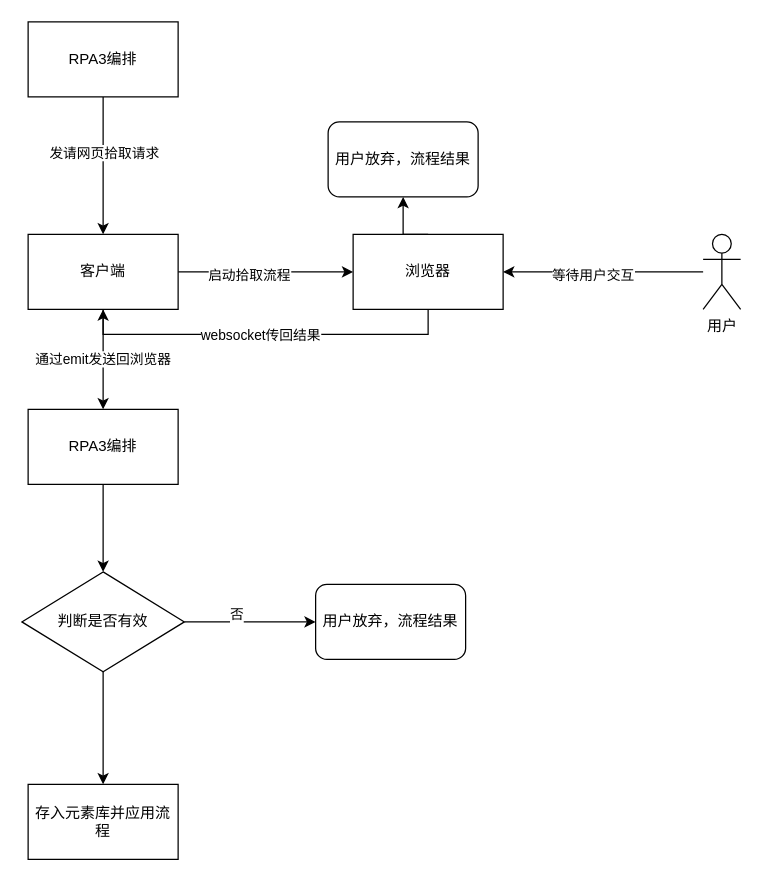
Earlier version of the draw.io diagram 元素采集流程.drawio (hijimo/flow-pics). Source tidied: cells renumbered, new cells numbered last; positions are measured from the earlier drawing's top-left corner, leaving out a move shared by most shapes. Both pictures are drawn from the tidied source at 125%, with x=0, y=0 at pixel (21, 21).
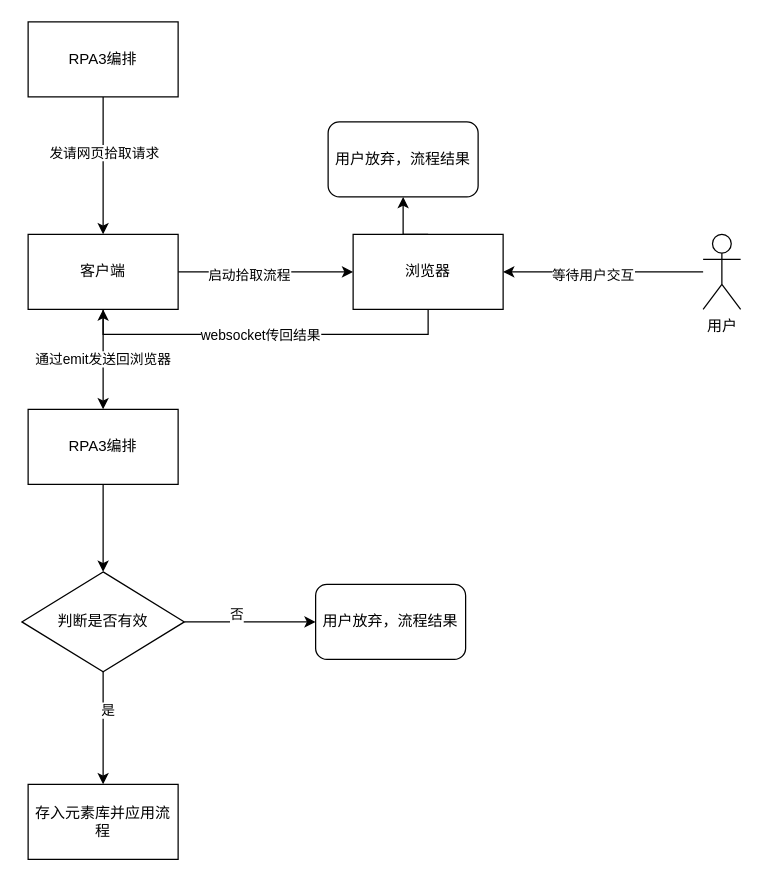
After the change.

Commit message (it also covers changes not shown here):
更新元素采集流程.drawio

The change refers to these unchanged cells:
```xml
<mxCell id="21" style="edgeStyle=orthogonalEdgeStyle;rounded=0;jettySize=auto;html=1;" parent="1" edge="1" source="22" target="24">
  <mxGeometry relative="1" as="geometry" />
</mxCell>
```

Change to the diagram source:
```diff
@@
+    <mxCell id="25" value="是" style="edgeLabel;html=1;align=center;verticalAlign=middle;" parent="21" vertex="1">
+      <mxGeometry x="-0.33" y="3" relative="1" as="geometry" />
+    </mxCell>
```
